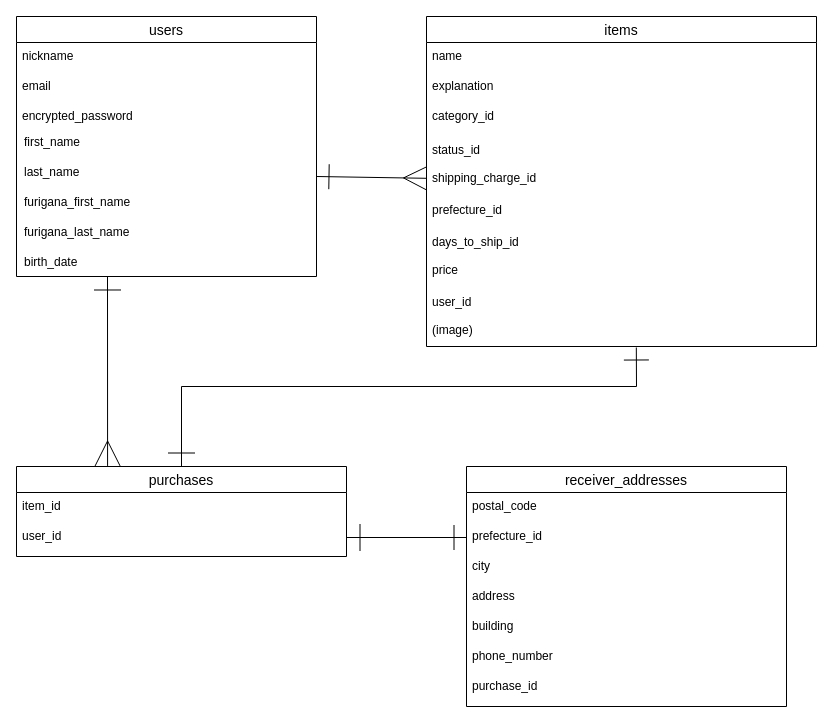
Before: er-illustration.dio in toshikingjr/furima-36107, a draw.io diagram. Source tidied: cells renumbered, new cells numbered last; positions are measured from the earlier drawing's top-left corner, leaving out a move shared by most shapes. Both pictures are drawn from the tidied source at 100%, with x=0, y=0 at pixel (16, 16).
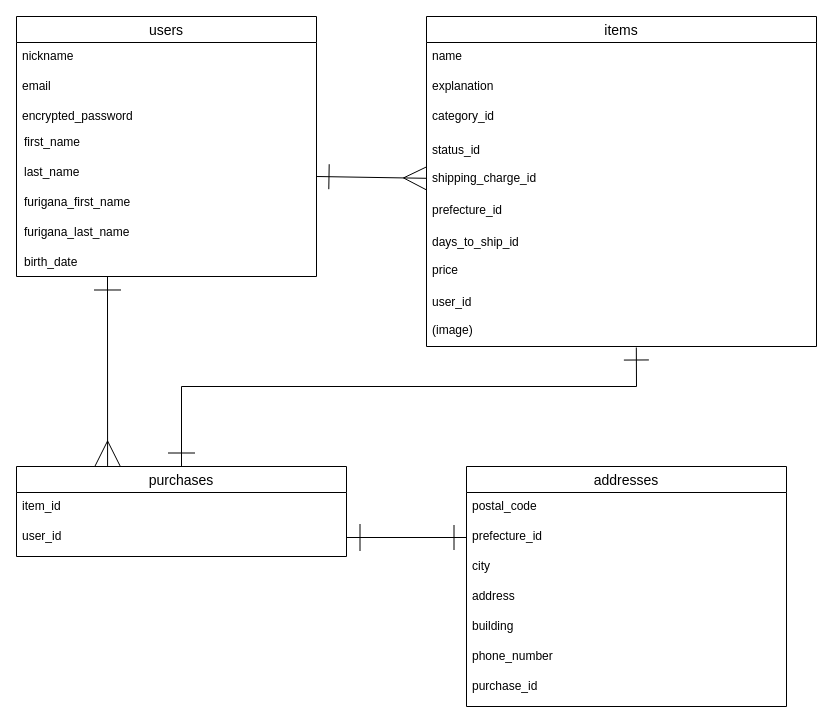
The same diagram, later.

Commit message (it also covers changes not shown here):
テーブル名の変更

Diff of the diagram source:
```diff
@@
-    <mxCell id="27" value="receiver_addresses" style="swimlane;fontStyle=0;horizontal=1;startSize=26;align=center;fontSize=14;" parent="1" vertex="1">
+    <mxCell id="27" value="addresses" style="swimlane;fontStyle=0;horizontal=1;startSize=26;align=center;fontSize=14;" parent="1" vertex="1">
       <mxGeometry x="450" y="450" width="320" height="240" as="geometry" />
     </mxCell>
```
